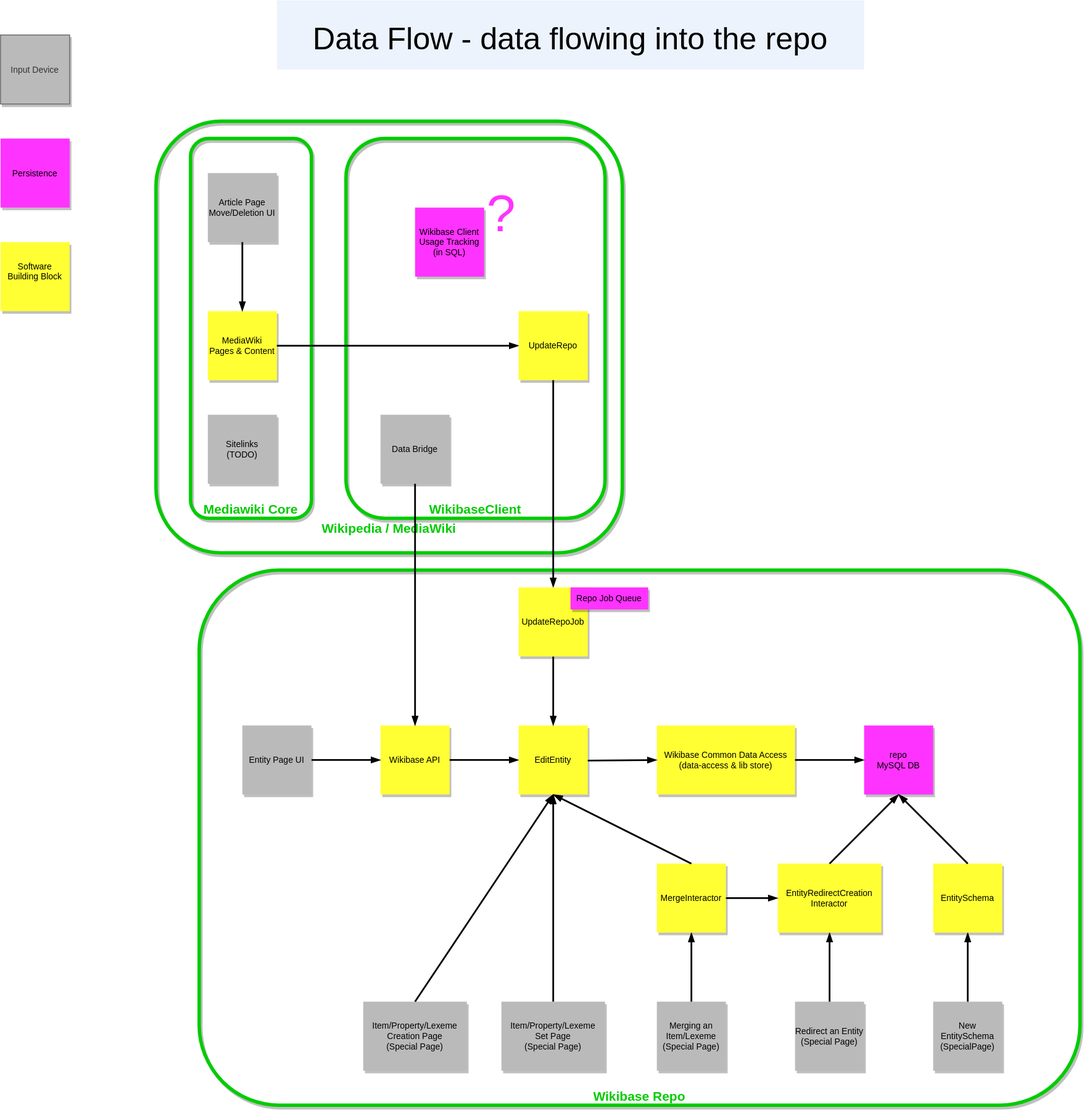
Before: diagrams/03-dataflow-in.drawio.svg, a diagram exported from draw.io (wmde/wikidata-wikibase-architecture). Source tidied: cells renumbered, new cells last; positions are measured from the earlier drawing's top-left corner, leaving out a move shared by most shapes. Source of this version:
```xml
<mxGraphModel>
  <root>
    <mxCell id="0" />
    <mxCell id="1" parent="0" />
    <mxCell id="2" value="Wikipedia / MediaWiki                                     &#10;" style="rounded=1;shadow=1;fontSize=15;fillColor=none;strokeColor=#00CC00;strokeWidth=4;fontColor=#00CC00;fontStyle=1;labelBorderColor=none;labelBackgroundColor=none;horizontal=1;verticalAlign=bottom;" parent="1" vertex="1">
      <mxGeometry x="180" y="140" width="540" height="500" as="geometry" />
    </mxCell>
    <mxCell id="3" value="Mediawiki Core" style="rounded=1;shadow=1;fontSize=15;fillColor=none;strokeColor=#00CC00;strokeWidth=4;fontColor=#00CC00;fontStyle=1;labelBorderColor=none;labelBackgroundColor=none;horizontal=1;verticalAlign=bottom;" parent="1" vertex="1">
      <mxGeometry x="220" y="160" width="140" height="440" as="geometry" />
    </mxCell>
    <mxCell id="4" value="Wikibase Repo" style="rounded=1;shadow=1;fontSize=15;fillColor=none;strokeColor=#00CC00;strokeWidth=4;fontColor=#00CC00;fontStyle=1;labelBorderColor=none;labelBackgroundColor=none;horizontal=1;verticalAlign=bottom;" parent="1" vertex="1">
      <mxGeometry x="230" y="660" width="1020" height="620" as="geometry" />
    </mxCell>
    <mxCell id="5" value="WikibaseClient" style="rounded=1;shadow=1;fontSize=15;fillColor=none;strokeColor=#00CC00;strokeWidth=4;fontColor=#00CC00;fontStyle=1;labelBorderColor=none;labelBackgroundColor=none;horizontal=1;verticalAlign=bottom;" parent="1" vertex="1">
      <mxGeometry x="400" y="160" width="300" height="440" as="geometry" />
    </mxCell>
    <mxCell id="6" value="Data Flow - data flowing into the repo" style="rounded=0;fontSize=36;opacity=50;shadow=0;fillColor=#dae8fc;strokeColor=none;" parent="1" vertex="1">
      <mxGeometry x="320" width="680" height="80" as="geometry" />
    </mxCell>
    <mxCell id="7" value="Persistence" style="rounded=0;shadow=1;fillColor=#FF33FF;fontSize=10;fontColor=#000000;strokeColor=none;" parent="1" vertex="1">
      <mxGeometry y="160" width="80" height="80" as="geometry" />
    </mxCell>
    <mxCell id="8" value="Input Device" style="rounded=0;shadow=1;fontSize=10;fontColor=#333333;strokeColor=#666666;fillColor=#BABABA;" parent="1" vertex="1">
      <mxGeometry y="40" width="80" height="80" as="geometry" />
    </mxCell>
    <mxCell id="9" value="Software&#10;Building Block&#10;" style="rounded=0;shadow=1;fontSize=10;fontColor=#000000;strokeColor=none;fillColor=#FFFF33;" parent="1" vertex="1">
      <mxGeometry y="280" width="80" height="80" as="geometry" />
    </mxCell>
    <mxCell id="10" value="Wikibase API" style="rounded=0;shadow=1;fontSize=10;fontColor=#000000;strokeColor=none;fillColor=#FFFF33;" parent="1" vertex="1">
      <mxGeometry x="440" y="840" width="80" height="80" as="geometry" />
    </mxCell>
    <mxCell id="11" value="MediaWiki&#10;Pages &amp; Content" style="rounded=0;shadow=1;fontSize=10;fontColor=#000000;strokeColor=none;fillColor=#FFFF33;" parent="1" vertex="1">
      <mxGeometry x="240" y="360" width="80" height="80" as="geometry" />
    </mxCell>
    <mxCell id="12" value="Article Page&#10;Move/Deletion UI" style="rounded=0;shadow=1;fontSize=10;fontColor=#000000;strokeColor=none;direction=west;fillColor=#BABABA;" parent="1" vertex="1">
      <mxGeometry x="240" y="200" width="80" height="80" as="geometry" />
    </mxCell>
    <mxCell id="13" style="endArrow=blockThin;html=1;strokeColor=#000000;fontSize=10;fontColor=#000000;entryX=0.5;entryY=0;entryDx=0;entryDy=0;strokeWidth=2;exitX=0.5;exitY=0;exitDx=0;exitDy=0;endFill=1;" parent="1" edge="1" source="12" target="11">
      <mxGeometry relative="1" as="geometry" />
    </mxCell>
    <mxCell id="14" value="Sitelinks&#10;(TODO)" style="rounded=0;shadow=1;fontSize=10;fontColor=#000000;strokeColor=none;direction=west;fillColor=#BABABA;" parent="1" vertex="1">
      <mxGeometry x="240" y="480" width="80" height="80" as="geometry" />
    </mxCell>
    <mxCell id="15" value="Data Bridge" style="rounded=0;shadow=1;fontSize=10;fontColor=#000000;strokeColor=none;direction=west;fillColor=#BABABA;" parent="1" vertex="1">
      <mxGeometry x="440" y="480" width="80" height="80" as="geometry" />
    </mxCell>
    <mxCell id="16" style="endArrow=blockThin;html=1;strokeColor=#000000;fontSize=10;fontColor=#000000;entryX=0.5;entryY=0;entryDx=0;entryDy=0;strokeWidth=2;exitX=0.5;exitY=0;exitDx=0;exitDy=0;endFill=1;" parent="1" edge="1" source="15" target="10">
      <mxGeometry relative="1" as="geometry" />
    </mxCell>
    <mxCell id="17" style="group;" parent="1" vertex="1">
      <mxGeometry x="480" y="210" width="120" height="110" as="geometry" />
    </mxCell>
    <mxCell id="18" value="Wikibase Client&#10; Usage Tracking&#10;(in SQL)" style="rounded=0;shadow=1;fontSize=10;fontColor=#000000;strokeColor=none;fillColor=#FF33FF;direction=west;" parent="17" vertex="1">
      <mxGeometry y="30" width="80" height="80" as="geometry" />
    </mxCell>
    <mxCell id="19" style="endArrow=blockThin;html=1;strokeColor=#000000;fontSize=10;fontColor=#000000;entryX=0;entryY=0.5;entryDx=0;entryDy=0;strokeWidth=2;exitX=1;exitY=0.5;exitDx=0;exitDy=0;endFill=1;" parent="1" edge="1" source="11" target="40">
      <mxGeometry relative="1" as="geometry" />
    </mxCell>
    <mxCell id="20" style="endArrow=blockThin;html=1;strokeColor=#000000;fontSize=10;fontColor=#000000;entryX=0;entryY=0.5;entryDx=0;entryDy=0;strokeWidth=2;exitX=1;exitY=0.5;exitDx=0;exitDy=0;endFill=1;" parent="1" edge="1" source="21" target="10">
      <mxGeometry relative="1" as="geometry" />
    </mxCell>
    <mxCell id="21" value="Entity Page UI" style="rounded=0;shadow=1;fontSize=10;fontColor=#000000;strokeColor=none;fillColor=#BABABA;" parent="1" vertex="1">
      <mxGeometry x="280" y="840" width="80" height="80" as="geometry" />
    </mxCell>
    <mxCell id="22" style="endArrow=blockThin;html=1;strokeColor=#000000;fontSize=10;fontColor=#000000;entryX=0;entryY=0.5;entryDx=0;entryDy=0;strokeWidth=2;endFill=1;exitX=1;exitY=0.5;exitDx=0;exitDy=0;" parent="1" edge="1" source="10" target="43">
      <mxGeometry relative="1" as="geometry" />
    </mxCell>
    <mxCell id="23" value="Item/Property/Lexeme&#10;Creation Page&#10;(Special Page)" style="rounded=0;shadow=1;fontSize=10;fontColor=#000000;strokeColor=none;fillColor=#BABABA;" parent="1" vertex="1">
      <mxGeometry x="420" y="1160" width="120" height="80" as="geometry" />
    </mxCell>
    <mxCell id="24" value="Item/Property/Lexeme&#10;Set Page&#10;(Special Page)" style="rounded=0;shadow=1;fontSize=10;fontColor=#000000;strokeColor=none;fillColor=#BABABA;" parent="1" vertex="1">
      <mxGeometry x="580" y="1160" width="120" height="80" as="geometry" />
    </mxCell>
    <mxCell id="25" value="Merging an&#10;Item/Lexeme&#10;(Special Page)" style="rounded=0;shadow=1;fontSize=10;fontColor=#000000;strokeColor=none;fillColor=#BABABA;" parent="1" vertex="1">
      <mxGeometry x="760" y="1160" width="80" height="80" as="geometry" />
    </mxCell>
    <mxCell id="26" value="Redirect an Entity&#10; (Special Page)" style="rounded=0;shadow=1;fontSize=10;fontColor=#000000;strokeColor=none;fillColor=#BABABA;" parent="1" vertex="1">
      <mxGeometry x="920" y="1160" width="80" height="80" as="geometry" />
    </mxCell>
    <mxCell id="27" value="New&#10;EntitySchema&#10;(SpecialPage)" style="rounded=0;shadow=1;fontSize=10;fontColor=#000000;strokeColor=none;fillColor=#BABABA;" parent="1" vertex="1">
      <mxGeometry x="1080" y="1160" width="80" height="80" as="geometry" />
    </mxCell>
    <mxCell id="28" style="endArrow=blockThin;html=1;strokeColor=#000000;fontSize=10;fontColor=#000000;entryX=0.5;entryY=1;entryDx=0;entryDy=0;strokeWidth=2;exitX=0.5;exitY=0;exitDx=0;exitDy=0;endFill=1;" parent="1" edge="1" source="24" target="43">
      <mxGeometry relative="1" as="geometry" />
    </mxCell>
    <mxCell id="29" style="endArrow=blockThin;html=1;strokeColor=#000000;fontSize=10;fontColor=#000000;entryX=0.5;entryY=1;entryDx=0;entryDy=0;strokeWidth=2;exitX=0.5;exitY=0;exitDx=0;exitDy=0;endFill=1;" parent="1" edge="1" source="23" target="43">
      <mxGeometry relative="1" as="geometry" />
    </mxCell>
    <mxCell id="30" style="endArrow=blockThin;html=1;strokeColor=#000000;fontSize=10;fontColor=#000000;entryX=0.5;entryY=1;entryDx=0;entryDy=0;strokeWidth=2;exitX=0.5;exitY=0;exitDx=0;exitDy=0;endFill=1;" parent="1" edge="1" source="25" target="36">
      <mxGeometry relative="1" as="geometry" />
    </mxCell>
    <mxCell id="31" style="endArrow=blockThin;html=1;strokeColor=#000000;fontSize=10;fontColor=#000000;entryX=1;entryY=0.5;entryDx=0;entryDy=0;strokeWidth=2;endFill=1;" parent="1" edge="1" source="26" target="37">
      <mxGeometry relative="1" as="geometry" />
    </mxCell>
    <mxCell id="32" style="endArrow=blockThin;html=1;strokeColor=#000000;fontSize=10;fontColor=#000000;entryX=1;entryY=0.5;entryDx=0;entryDy=0;strokeWidth=2;endFill=1;" parent="1" edge="1" source="27" target="46">
      <mxGeometry relative="1" as="geometry" />
    </mxCell>
    <mxCell id="33" value="repo&#10;MySQL DB" style="rounded=0;shadow=1;fontSize=10;fontColor=#000000;strokeColor=none;fillColor=#FF33FF;direction=west;" parent="1" vertex="1">
      <mxGeometry x="1000" y="840" width="80" height="80" as="geometry" />
    </mxCell>
    <mxCell id="34" value="Wikibase Common Data Access&#10;(data-access &amp; lib store)" style="rounded=0;shadow=1;fontSize=10;fontColor=#000000;strokeColor=none;fillColor=#FFFF33;" parent="1" vertex="1">
      <mxGeometry x="760" y="840" width="160" height="80" as="geometry" />
    </mxCell>
    <mxCell id="35" style="endArrow=blockThin;html=1;strokeColor=#000000;fontSize=10;fontColor=#000000;strokeWidth=2;exitX=1;exitY=0.5;exitDx=0;exitDy=0;endFill=1;entryX=1;entryY=0.5;entryDx=0;entryDy=0;" parent="1" edge="1" source="34" target="33">
      <mxGeometry x="310" y="819.7" as="geometry" />
    </mxCell>
    <mxCell id="36" value="MergeInteractor" style="rounded=0;shadow=1;fontSize=10;fontColor=#000000;strokeColor=none;direction=east;fillColor=#FFFF33;" parent="1" vertex="1">
      <mxGeometry x="760" y="1000" width="80" height="80" as="geometry" />
    </mxCell>
    <mxCell id="37" value="EntityRedirectCreation&#10;Interactor" style="rounded=0;shadow=1;fontSize=10;fontColor=#000000;strokeColor=none;fillColor=#FFFF33;direction=south;" parent="1" vertex="1">
      <mxGeometry x="900" y="1000" width="120" height="80" as="geometry" />
    </mxCell>
    <mxCell id="38" style="endArrow=blockThin;html=1;strokeColor=#000000;fontSize=10;fontColor=#000000;entryX=0.5;entryY=0;entryDx=0;entryDy=0;strokeWidth=2;exitX=0;exitY=0.5;exitDx=0;exitDy=0;endFill=1;" parent="1" edge="1" source="37" target="33">
      <mxGeometry x="310" y="819.7" as="geometry" />
    </mxCell>
    <mxCell id="39" style="endArrow=blockThin;html=1;strokeColor=#000000;fontSize=10;fontColor=#000000;entryX=0.5;entryY=1;entryDx=0;entryDy=0;strokeWidth=2;exitX=1;exitY=0.5;exitDx=0;exitDy=0;endFill=1;" parent="1" edge="1" source="36" target="37">
      <mxGeometry x="310" y="860" as="geometry" />
    </mxCell>
    <mxCell id="40" value="UpdateRepo" style="rounded=0;shadow=1;fontSize=10;fontColor=#000000;strokeColor=none;fillColor=#FFFF33;" parent="1" vertex="1">
      <mxGeometry x="600" y="360" width="80" height="80" as="geometry" />
    </mxCell>
    <mxCell id="41" value="?" style="rounded=0;fillColor=none;strokeColor=none;fontSize=60;fontColor=#FF33FF;" parent="1" vertex="1">
      <mxGeometry x="560" y="220" width="40" height="38.5" as="geometry" />
    </mxCell>
    <mxCell id="42" style="endArrow=blockThin;html=1;strokeColor=#000000;fontSize=10;fontColor=#000000;entryX=0.5;entryY=0;entryDx=0;entryDy=0;strokeWidth=2;exitX=0.5;exitY=1;exitDx=0;exitDy=0;endFill=1;" parent="1" edge="1" source="40" target="50">
      <mxGeometry x="310" y="740" as="geometry" />
    </mxCell>
    <mxCell id="43" value="EditEntity" style="rounded=0;shadow=1;fontSize=10;fontColor=#000000;strokeColor=none;fillColor=#FFFF33;" parent="1" vertex="1">
      <mxGeometry x="600" y="840" width="80" height="80" as="geometry" />
    </mxCell>
    <mxCell id="44" style="endArrow=blockThin;html=1;strokeColor=#000000;fontSize=10;fontColor=#000000;entryX=0.5;entryY=1;entryDx=0;entryDy=0;strokeWidth=2;exitX=0.5;exitY=0;exitDx=0;exitDy=0;endFill=1;" parent="1" edge="1" source="36" target="43">
      <mxGeometry x="310" y="819.7" as="geometry" />
    </mxCell>
    <mxCell id="45" style="endArrow=blockThin;html=1;strokeColor=#000000;fontSize=10;fontColor=#000000;entryX=0;entryY=0.5;entryDx=0;entryDy=0;strokeWidth=2;endFill=1;" parent="1" edge="1" target="34">
      <mxGeometry x="310" y="819.7" as="geometry">
        <mxPoint x="680" y="880.7" as="sourcePoint" />
      </mxGeometry>
    </mxCell>
    <mxCell id="46" value="EntitySchema" style="rounded=0;shadow=1;fontSize=10;fontColor=#000000;strokeColor=none;fillColor=#FFFF33;direction=south;" parent="1" vertex="1">
      <mxGeometry x="1080" y="1000" width="80" height="80" as="geometry" />
    </mxCell>
    <mxCell id="47" style="endArrow=blockThin;html=1;strokeColor=#000000;fontSize=10;fontColor=#000000;entryX=0.5;entryY=0;entryDx=0;entryDy=0;strokeWidth=2;exitX=0;exitY=0.5;exitDx=0;exitDy=0;endFill=1;" parent="1" edge="1" source="46" target="33">
      <mxGeometry x="310" y="819.7" as="geometry" />
    </mxCell>
    <mxCell id="48" style="endArrow=blockThin;html=1;strokeColor=#000000;fontSize=10;fontColor=#000000;entryX=0.5;entryY=0;entryDx=0;entryDy=0;strokeWidth=2;endFill=1;exitX=0.5;exitY=1;exitDx=0;exitDy=0;" parent="1" edge="1" source="50" target="43">
      <mxGeometry relative="1" as="geometry" />
    </mxCell>
    <mxCell id="49" style="group;" parent="1" vertex="1">
      <mxGeometry x="600" y="680" width="150" height="80" as="geometry" />
    </mxCell>
    <mxCell id="50" value="UpdateRepoJob" style="rounded=0;shadow=1;fontSize=10;fontColor=#000000;strokeColor=none;fillColor=#FFFF33;" parent="49" vertex="1">
      <mxGeometry width="80" height="80" as="geometry" />
    </mxCell>
    <mxCell id="51" value="Repo Job Queue" style="rounded=0;shadow=1;fontSize=10;fontColor=#000000;strokeColor=none;fillColor=#FF33FF;direction=west;" parent="49" vertex="1">
      <mxGeometry x="60" width="90" height="25.6" as="geometry" />
    </mxCell>
  </root>
</mxGraphModel>
```
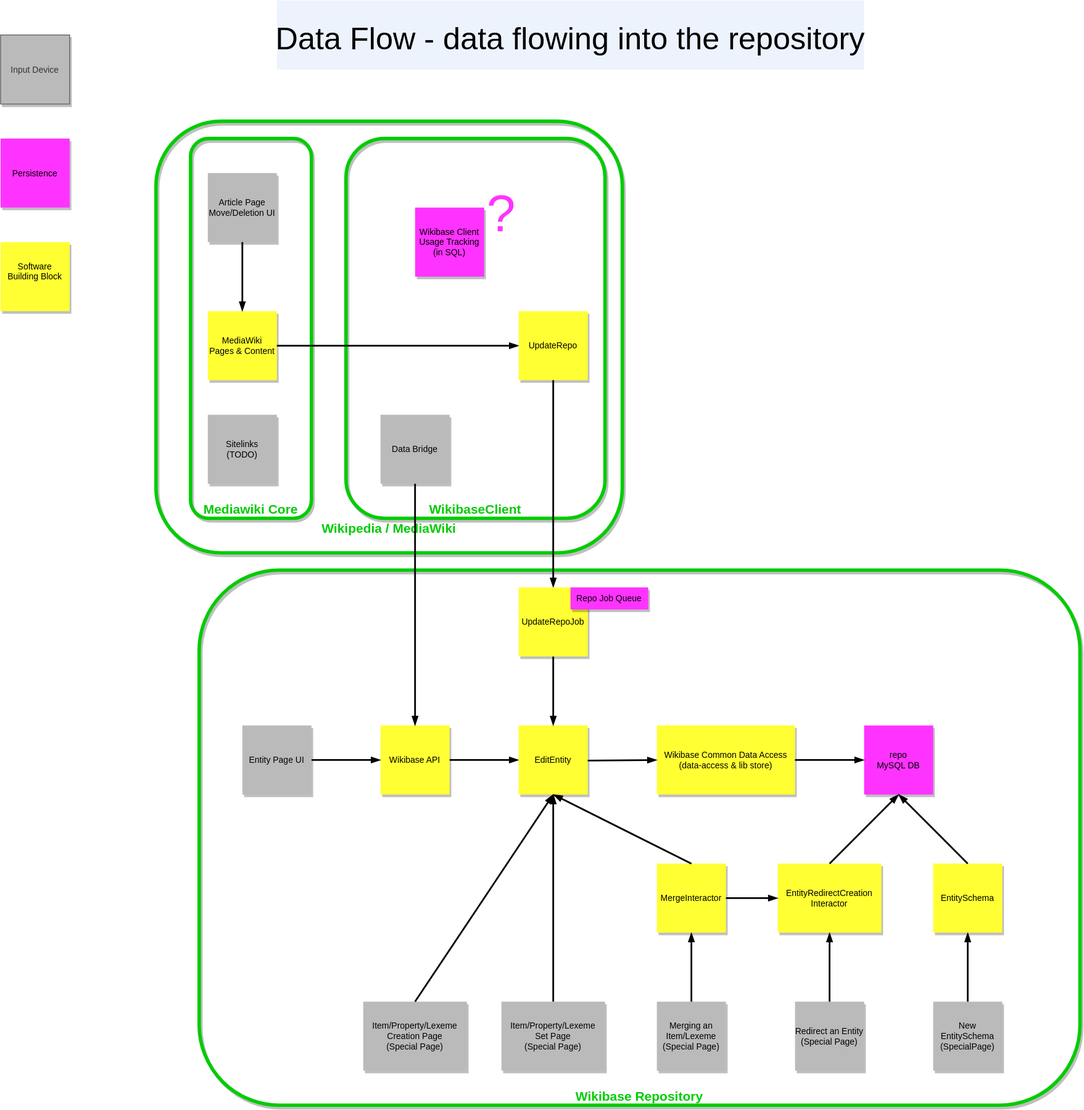
The same diagram one commit later.

Change to the diagram source:
```diff
@@ -8,13 +8,13 @@
     <mxCell id="3" value="Mediawiki Core" style="rounded=1;shadow=1;fontSize=15;fillColor=none;strokeColor=#00CC00;strokeWidth=4;fontColor=#00CC00;fontStyle=1;labelBorderColor=none;labelBackgroundColor=none;horizontal=1;verticalAlign=bottom;" parent="1" vertex="1">
       <mxGeometry x="220" y="160" width="140" height="440" as="geometry" />
     </mxCell>
-    <mxCell id="4" value="Wikibase Repo" style="rounded=1;shadow=1;fontSize=15;fillColor=none;strokeColor=#00CC00;strokeWidth=4;fontColor=#00CC00;fontStyle=1;labelBorderColor=none;labelBackgroundColor=none;horizontal=1;verticalAlign=bottom;" parent="1" vertex="1">
+    <mxCell id="4" value="Wikibase Repository" style="rounded=1;shadow=1;fontSize=15;fillColor=none;strokeColor=#00CC00;strokeWidth=4;fontColor=#00CC00;fontStyle=1;labelBorderColor=none;labelBackgroundColor=none;horizontal=1;verticalAlign=bottom;" parent="1" vertex="1">
       <mxGeometry x="230" y="660" width="1020" height="620" as="geometry" />
     </mxCell>
     <mxCell id="5" value="WikibaseClient" style="rounded=1;shadow=1;fontSize=15;fillColor=none;strokeColor=#00CC00;strokeWidth=4;fontColor=#00CC00;fontStyle=1;labelBorderColor=none;labelBackgroundColor=none;horizontal=1;verticalAlign=bottom;" parent="1" vertex="1">
       <mxGeometry x="400" y="160" width="300" height="440" as="geometry" />
     </mxCell>
-    <mxCell id="6" value="Data Flow - data flowing into the repo" style="rounded=0;fontSize=36;opacity=50;shadow=0;fillColor=#dae8fc;strokeColor=none;" parent="1" vertex="1">
+    <mxCell id="6" value="Data Flow - data flowing into the repository" style="rounded=0;fontSize=36;opacity=50;shadow=0;fillColor=#dae8fc;strokeColor=none;" parent="1" vertex="1">
       <mxGeometry x="320" width="680" height="80" as="geometry" />
     </mxCell>
     <mxCell id="7" value="Persistence" style="rounded=0;shadow=1;fillColor=#FF33FF;fontSize=10;fontColor=#000000;strokeColor=none;" parent="1" vertex="1">
```
